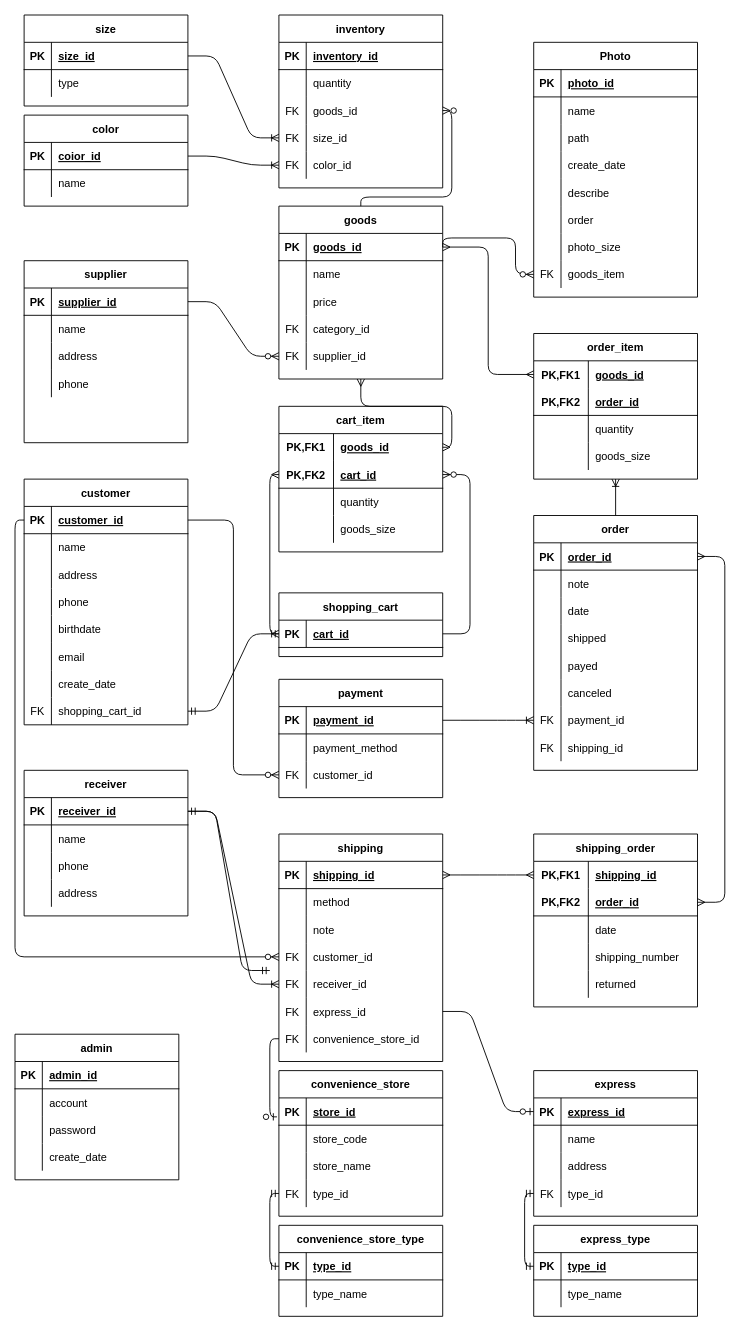
Earlier version of the draw.io diagram ermodel.drawio (BoshiLee/ecommerce). Source tidied: cells renumbered, new cells numbered last; positions are measured from the earlier drawing's top-left corner, leaving out a move shared by most shapes. Both pictures are drawn from the tidied source at 91%, with x=0, y=0 at pixel (15, 15).
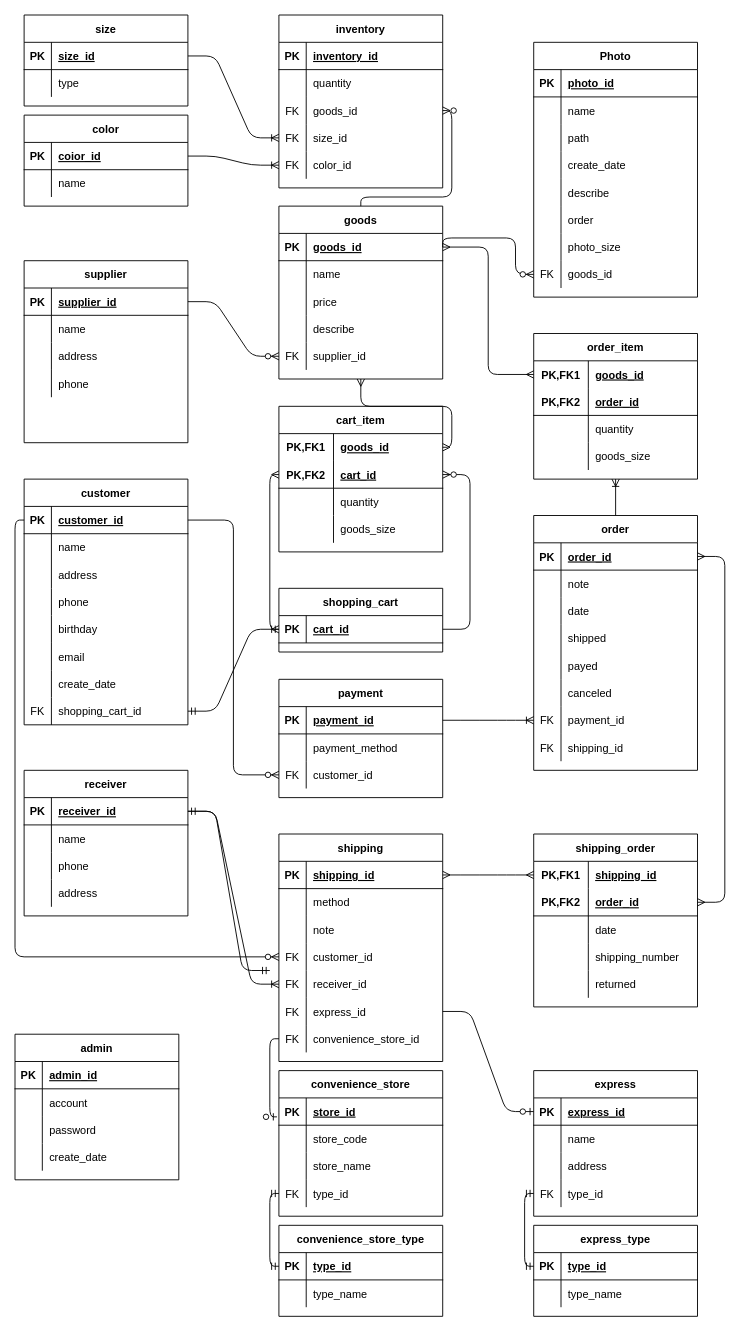
Above is the later version.

Unchanged cells that the change refers to:
```xml
<mxCell id="15" style="shape=partialRectangle;fillColor=none;top=0;left=0;bottom=0;right=0;" parent="2" vertex="1">
  <mxGeometry y="150" width="180" height="30" as="geometry" />
</mxCell>
<mxCell id="60" style="shape=partialRectangle;fillColor=none;top=0;left=0;bottom=0;right=0;" parent="50" vertex="1">
  <mxGeometry y="120" width="180" height="30" as="geometry" />
</mxCell>
<mxCell id="184" style="shape=partialRectangle;fillColor=none;top=0;left=0;bottom=0;right=0;points=[[0,0.5],[1,0.5]];portConstraint=eastwest;" parent="162" vertex="1">
  <mxGeometry y="240" width="180" height="30" as="geometry" />
</mxCell>
```

The edit, as a diff of the source:
```diff
@@
-    <mxCell id="17" value="birthdate" style="shape=partialRectangle;fillColor=none;top=0;left=0;bottom=0;right=0;align=left;spacingLeft=6;overflow=hidden;" parent="15" vertex="1">
+    <mxCell id="17" value="birthday" style="shape=partialRectangle;fillColor=none;top=0;left=0;bottom=0;right=0;align=left;spacingLeft=6;overflow=hidden;" parent="15" vertex="1">
       <mxGeometry x="30" width="150" height="30" as="geometry" />
     </mxCell>
@@
-    <mxCell id="61" value="FK" style="shape=partialRectangle;fillColor=none;top=0;left=0;bottom=0;right=0;fontStyle=0;overflow=hidden;" parent="60" vertex="1">
-      <mxGeometry width="30" height="30" as="geometry" />
-    </mxCell>
-    <mxCell id="62" value="category_id" style="shape=partialRectangle;fillColor=none;top=0;left=0;bottom=0;right=0;align=left;spacingLeft=6;fontStyle=0;overflow=hidden;" parent="60" vertex="1">
-      <mxGeometry x="30" width="150" height="30" as="geometry" />
-    </mxCell>
+    <mxCell id="302" style="shape=partialRectangle;fillColor=none;top=0;left=0;bottom=0;right=0;overflow=hidden;" parent="60" vertex="1">
+      <mxGeometry width="30" height="30" as="geometry" />
+    </mxCell>
+    <mxCell id="303" value="describe" style="shape=partialRectangle;fillColor=none;top=0;left=0;bottom=0;right=0;align=left;spacingLeft=6;overflow=hidden;" parent="60" vertex="1">
+      <mxGeometry x="30" width="150" height="30" as="geometry" />
+    </mxCell>
@@
     <mxCell id="73" value="shopping_cart" style="shape=table;startSize=30;childLayout=tableLayout;rowLines=0;fontStyle=1;align=center;" parent="1" vertex="1">
-      <mxGeometry x="290" y="635" width="180" height="70" as="geometry" />
+      <mxGeometry x="290" y="630" width="180" height="70" as="geometry" />
     </mxCell>
@@
-    <mxCell id="186" value="goods_item" style="shape=partialRectangle;fillColor=none;top=0;left=0;bottom=0;right=0;align=left;spacingLeft=6;fontStyle=0;overflow=hidden;" parent="184" vertex="1">
+    <mxCell id="186" value="goods_id" style="shape=partialRectangle;fillColor=none;top=0;left=0;bottom=0;right=0;align=left;spacingLeft=6;fontStyle=0;overflow=hidden;" parent="184" vertex="1">
       <mxGeometry x="30" width="150" height="30" as="geometry" />
     </mxCell>
```
